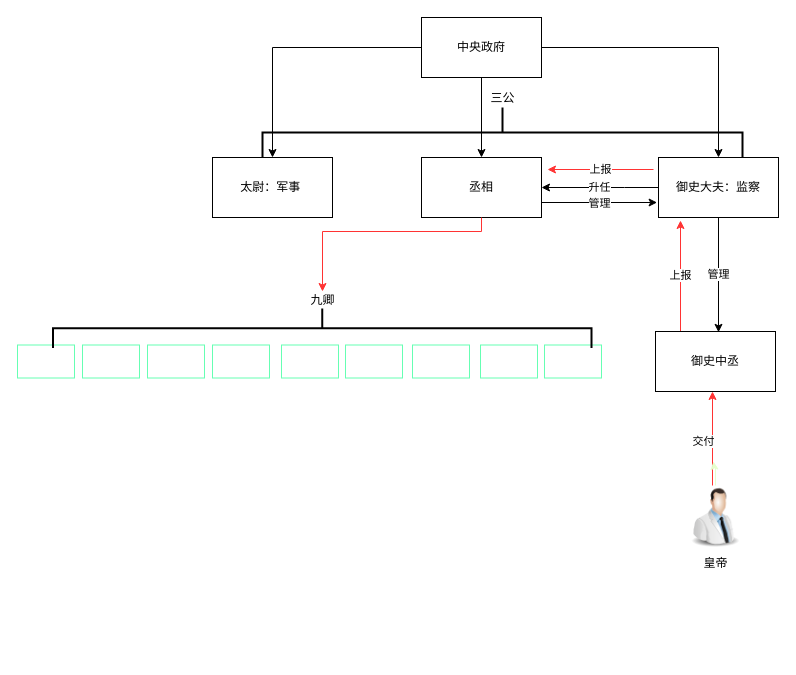
Before: Untitled Diagram.drawio in jianhui-Always-here/draw_my_pictures, a draw.io diagram. Source tidied: cells renumbered, new cells numbered last; positions are measured from the earlier drawing's top-left corner, leaving out a move shared by most shapes. Both pictures are drawn from the tidied source at 100%, with x=0, y=0 at pixel (17, -108).
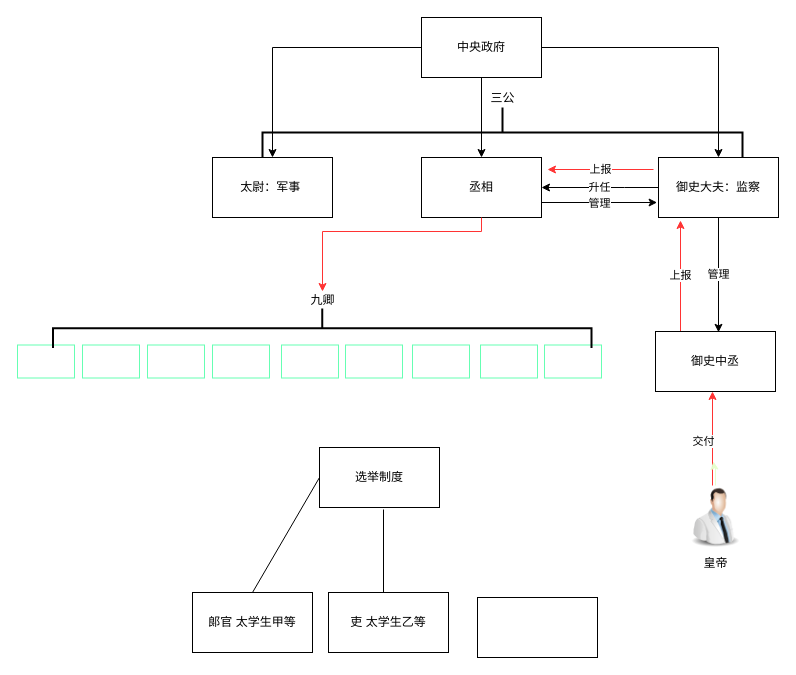
Above is the later version.

The edit, as a diff of the source:
```diff
@@
+    <mxCell id="33" value="选举制度" style="rounded=0;whiteSpace=wrap;html=1;" parent="1" vertex="1">
+      <mxGeometry x="302" y="555" width="120" height="60" as="geometry" />
+    </mxCell>
+    <mxCell id="34" value="郎官 太学生甲等" style="whiteSpace=wrap;html=1;rounded=0;" parent="1" vertex="1">
+      <mxGeometry x="175" y="700" width="120" height="60" as="geometry" />
+    </mxCell>
+    <mxCell id="35" value="吏 太学生乙等" style="rounded=0;whiteSpace=wrap;html=1;" parent="1" vertex="1">
+      <mxGeometry x="311" y="700" width="120" height="60" as="geometry" />
+    </mxCell>
+    <mxCell id="36" style="endArrow=none;html=1;rounded=0;exitX=0.5;exitY=0;exitDx=0;exitDy=0;entryX=0;entryY=0.5;entryDx=0;entryDy=0;" parent="1" edge="1" source="34" target="33">
+      <mxGeometry relative="1" as="geometry" />
+    </mxCell>
+    <mxCell id="37" style="endArrow=none;html=1;rounded=0;" parent="1" edge="1">
+      <mxGeometry relative="1" as="geometry">
+        <mxPoint x="366" y="617" as="sourcePoint" />
+        <mxPoint x="366" y="700" as="targetPoint" />
+      </mxGeometry>
+    </mxCell>
+    <mxCell id="38" style="rounded=0;whiteSpace=wrap;html=1;" parent="1" vertex="1">
+      <mxGeometry x="460" y="705" width="120" height="60" as="geometry" />
+    </mxCell>
```
